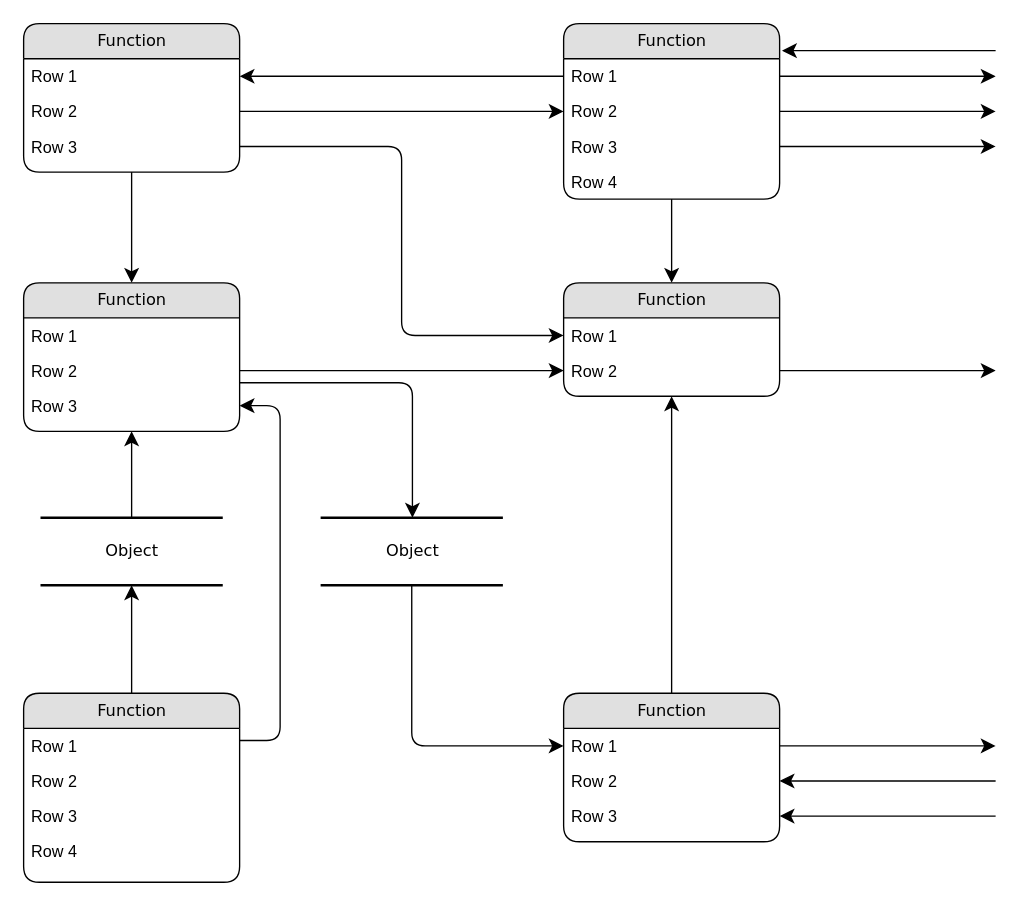
The draw.io diagram 未命名绘图.drawio in osanben/diagrams, before the edit. Source tidied: cells renumbered, new cells numbered last; positions are measured from the earlier drawing's top-left corner, leaving out a move shared by most shapes. Both pictures are drawn from the tidied source at 135%, with x=0, y=0 at pixel (23, 23).
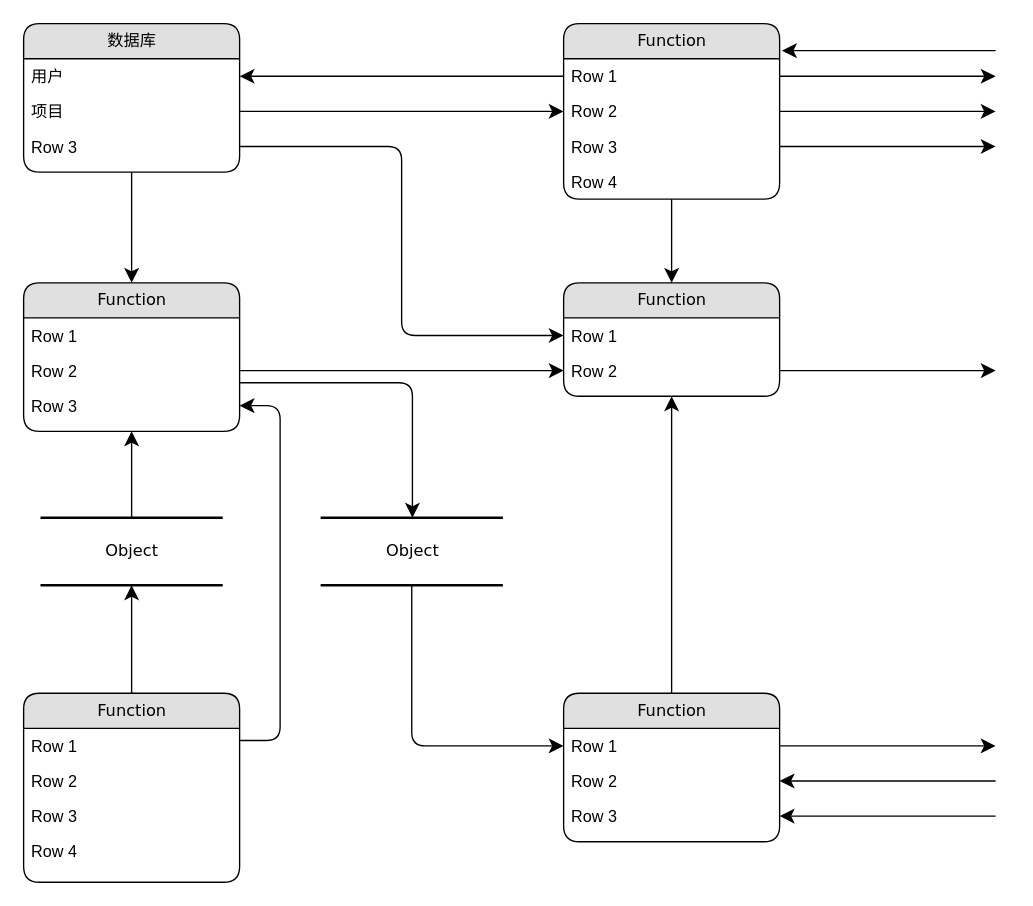
The same page after the edit.

Diff of the diagram source:
```diff
@@
-    <mxCell id="3" value="Function" style="swimlane;html=1;fontStyle=0;horizontal=1;startSize=26;fillColor=#e0e0e0;swimlaneFillColor=#ffffff;align=center;rounded=1;shadow=0;comic=0;labelBackgroundColor=none;strokeWidth=1;fontFamily=Verdana;fontSize=12;" parent="1" vertex="1">
+    <mxCell id="3" value="数据库" style="swimlane;html=1;fontStyle=0;horizontal=1;startSize=26;fillColor=#e0e0e0;swimlaneFillColor=#ffffff;align=center;rounded=1;shadow=0;comic=0;labelBackgroundColor=none;strokeWidth=1;fontFamily=Verdana;fontSize=12;" parent="1" vertex="1">
       <mxGeometry width="160" height="110" as="geometry" />
     </mxCell>
-    <mxCell id="4" value="Row 1" style="text;html=1;strokeColor=none;fillColor=none;spacingLeft=4;spacingRight=4;whiteSpace=wrap;overflow=hidden;points=[[0,0.5],[1,0.5]];portConstraint=eastwest;" parent="3" vertex="1">
+    <mxCell id="4" value="用户" style="text;html=1;strokeColor=none;fillColor=none;spacingLeft=4;spacingRight=4;whiteSpace=wrap;overflow=hidden;points=[[0,0.5],[1,0.5]];portConstraint=eastwest;" parent="3" vertex="1">
       <mxGeometry y="26" width="160" height="26" as="geometry" />
     </mxCell>
-    <mxCell id="5" value="Row 2" style="text;html=1;strokeColor=none;fillColor=none;spacingLeft=4;spacingRight=4;whiteSpace=wrap;overflow=hidden;points=[[0,0.5],[1,0.5]];portConstraint=eastwest;" parent="3" vertex="1">
+    <mxCell id="5" value="项目" style="text;html=1;strokeColor=none;fillColor=none;spacingLeft=4;spacingRight=4;whiteSpace=wrap;overflow=hidden;points=[[0,0.5],[1,0.5]];portConstraint=eastwest;" parent="3" vertex="1">
       <mxGeometry y="52" width="160" height="26" as="geometry" />
     </mxCell>
```
